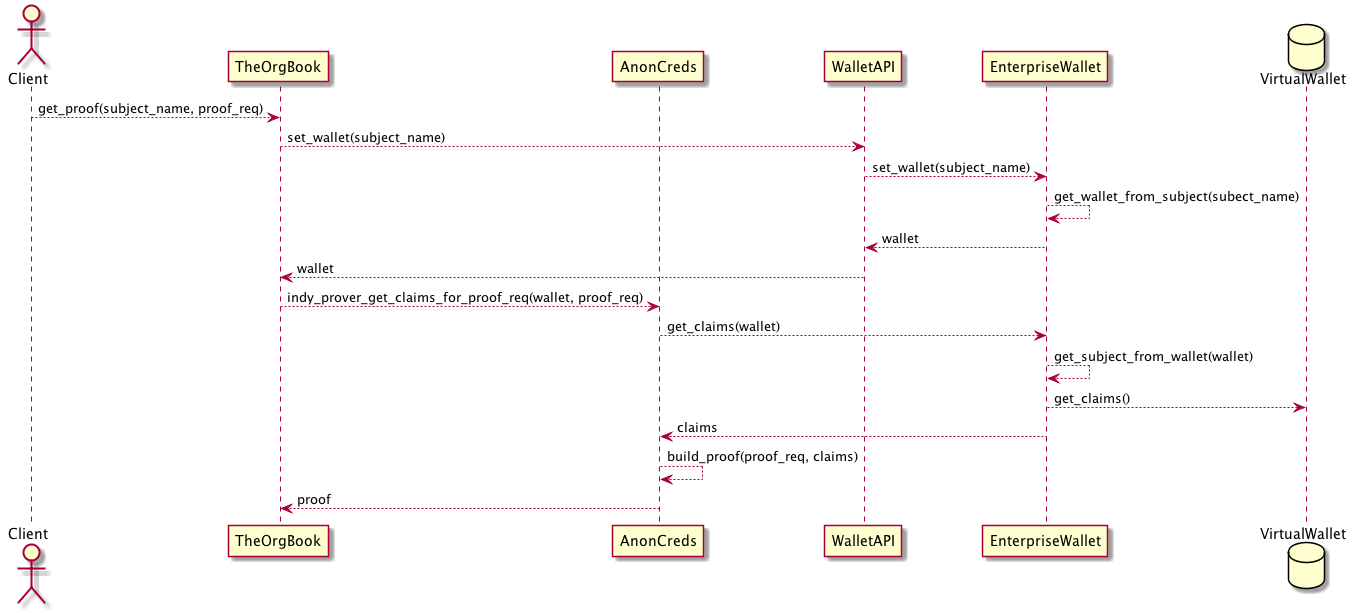
Earlier version of the PlantUML export doc/ew-query1-virtual-wallet.png (bcgov/indy-sdk).
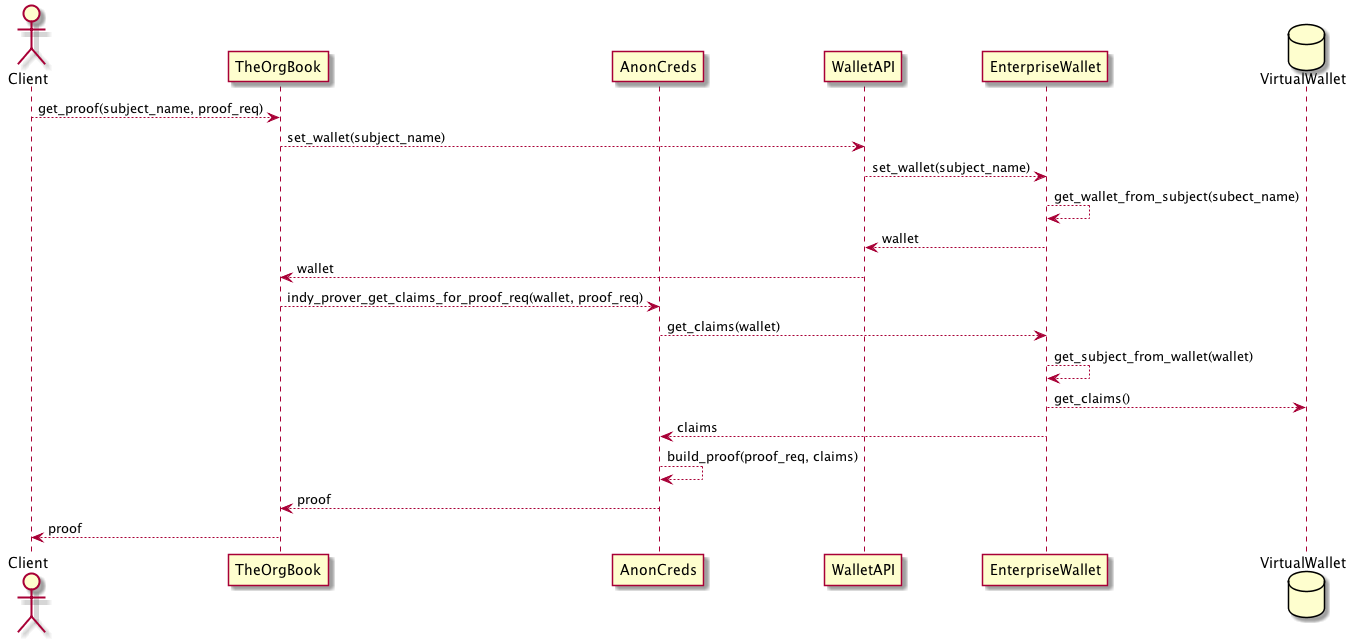
After the commit.

Commit message:
Updated sequence diagrams for EW design

Change to the diagram source:
```diff
@@ -19,4 +19,5 @@
 EnterpriseWallet --> AnonCreds: claims
 AnonCreds --> AnonCreds: build_proof(proof_req, claims)
 AnonCreds --> TheOrgBook: proof
+TheOrgBook --> Client: proof
 @enduml
```
